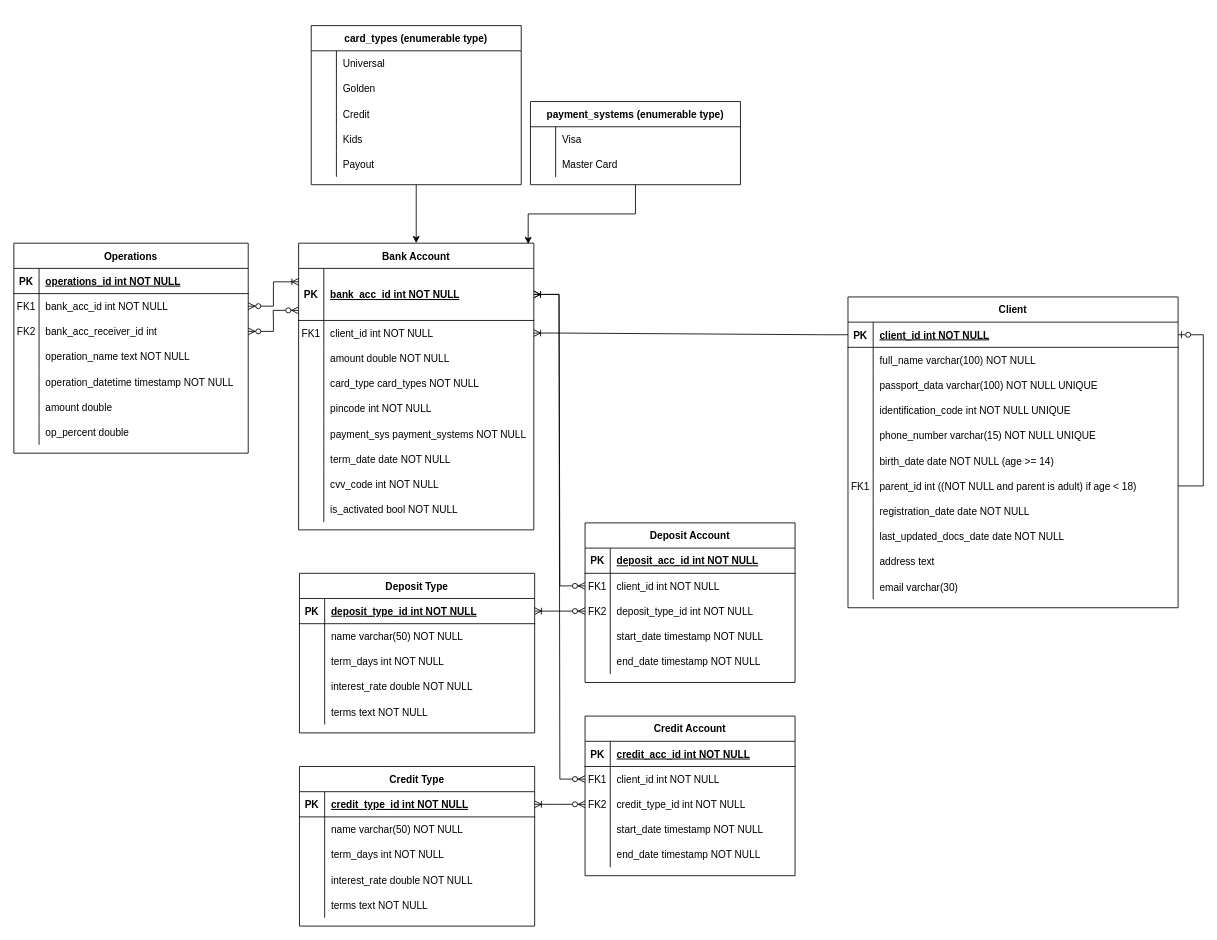
Before: MyDB (6).drawio in kallDun/DrawIO, a draw.io diagram. Source tidied: cells renumbered, new cells numbered last; positions are measured from the earlier drawing's top-left corner, leaving out a move shared by most shapes. Both pictures are drawn from the tidied source at 84%, with x=0, y=0 at pixel (13, 25).
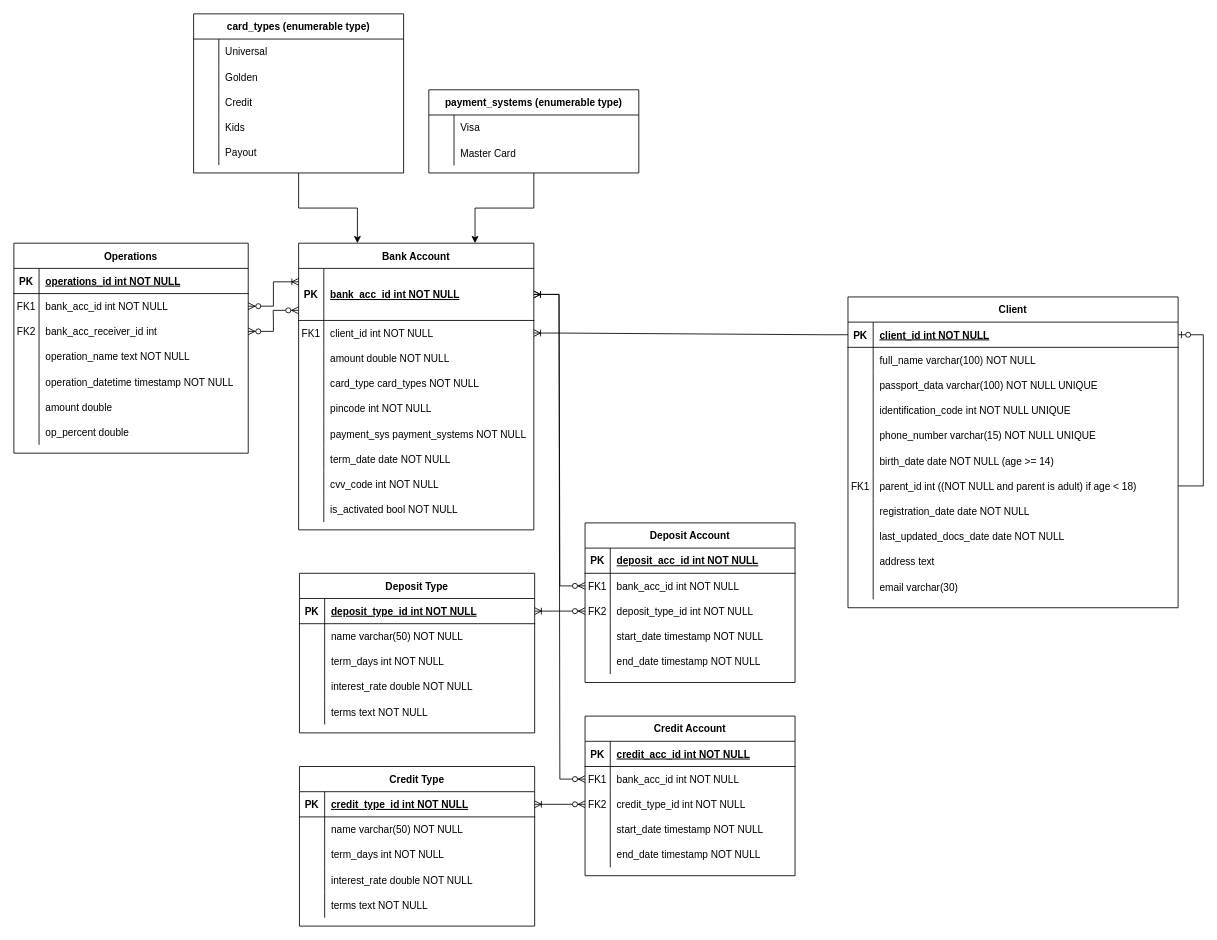
The same diagram, later.

Unchanged cells that the change refers to:
```xml
<mxCell id="57" style="shape=partialRectangle;fillColor=none;points=[[0,0.5],[1,0.5]];portConstraint=eastwest;top=0;left=0;right=0;bottom=0;" parent="53" vertex="1">
  <mxGeometry y="60" width="250" height="30" as="geometry" />
</mxCell>
<mxCell id="71" value="Bank Account" style="shape=table;startSize=30;childLayout=tableLayout;rowLines=0;fontStyle=1;align=center;" parent="1" vertex="1">
  <mxGeometry x="339" y="259" width="280" height="341.3" as="geometry" />
</mxCell>
<mxCell id="141" style="shape=partialRectangle;fillColor=none;points=[[0,0.5],[1,0.5]];portConstraint=eastwest;top=0;left=0;right=0;bottom=0;" parent="137" vertex="1">
  <mxGeometry y="60" width="250" height="30" as="geometry" />
</mxCell>
```

Change to the diagram source:
```diff
@@
-    <mxCell id="59" value="client_id int NOT NULL" style="shape=partialRectangle;overflow=hidden;fillColor=none;top=0;left=0;bottom=0;right=0;align=left;spacingLeft=6;" parent="57" vertex="1">
+    <mxCell id="59" value="bank_acc_id int NOT NULL" style="shape=partialRectangle;overflow=hidden;fillColor=none;top=0;left=0;bottom=0;right=0;align=left;spacingLeft=6;" parent="57" vertex="1">
       <mxGeometry x="30" width="220" height="30" as="geometry" />
     </mxCell>
@@
-    <mxCell id="143" value="client_id int NOT NULL" style="shape=partialRectangle;overflow=hidden;fillColor=none;top=0;left=0;bottom=0;right=0;align=left;spacingLeft=6;" parent="141" vertex="1">
+    <mxCell id="143" value="bank_acc_id int NOT NULL" style="shape=partialRectangle;overflow=hidden;fillColor=none;top=0;left=0;bottom=0;right=0;align=left;spacingLeft=6;" parent="141" vertex="1">
       <mxGeometry x="30" width="220" height="30" as="geometry" />
     </mxCell>
@@
-    <mxCell id="158" style="edgeStyle=orthogonalEdgeStyle;rounded=0;jettySize=auto;html=1;exitX=0.5;exitY=1;exitDx=0;exitDy=0;" parent="1" edge="1" source="159" target="71">
+    <mxCell id="158" style="edgeStyle=orthogonalEdgeStyle;rounded=0;jettySize=auto;html=1;exitX=0.5;exitY=1;exitDx=0;exitDy=0;entryX=0.25;entryY=0;entryDx=0;entryDy=0;" parent="1" edge="1" source="159" target="71">
       <mxGeometry relative="1" as="geometry" />
     </mxCell>
     <mxCell id="159" value="card_types (enumerable type)" style="shape=table;startSize=30;childLayout=tableLayout;rowLines=0;fontStyle=1;align=center;" parent="1" vertex="1">
-      <mxGeometry x="354" width="250" height="189.4" as="geometry" />
+      <mxGeometry x="214" y="-14" width="250" height="189.4" as="geometry" />
     </mxCell>
@@
-    <mxCell id="175" style="edgeStyle=orthogonalEdgeStyle;rounded=0;jettySize=auto;html=1;entryX=0.976;entryY=0.003;entryDx=0;entryDy=0;entryPerimeter=0;" parent="1" edge="1" source="176" target="71">
+    <mxCell id="175" style="edgeStyle=orthogonalEdgeStyle;rounded=0;jettySize=auto;html=1;entryX=0.75;entryY=0;entryDx=0;entryDy=0;" parent="1" edge="1" source="176" target="71">
       <mxGeometry relative="1" as="geometry" />
     </mxCell>
     <mxCell id="176" value="payment_systems (enumerable type)" style="shape=table;startSize=30;childLayout=tableLayout;rowLines=0;fontStyle=1;align=center;" parent="1" vertex="1">
-      <mxGeometry x="615" y="90.4" width="250" height="99" as="geometry" />
+      <mxGeometry x="494" y="76.4" width="250" height="99" as="geometry" />
     </mxCell>
```
